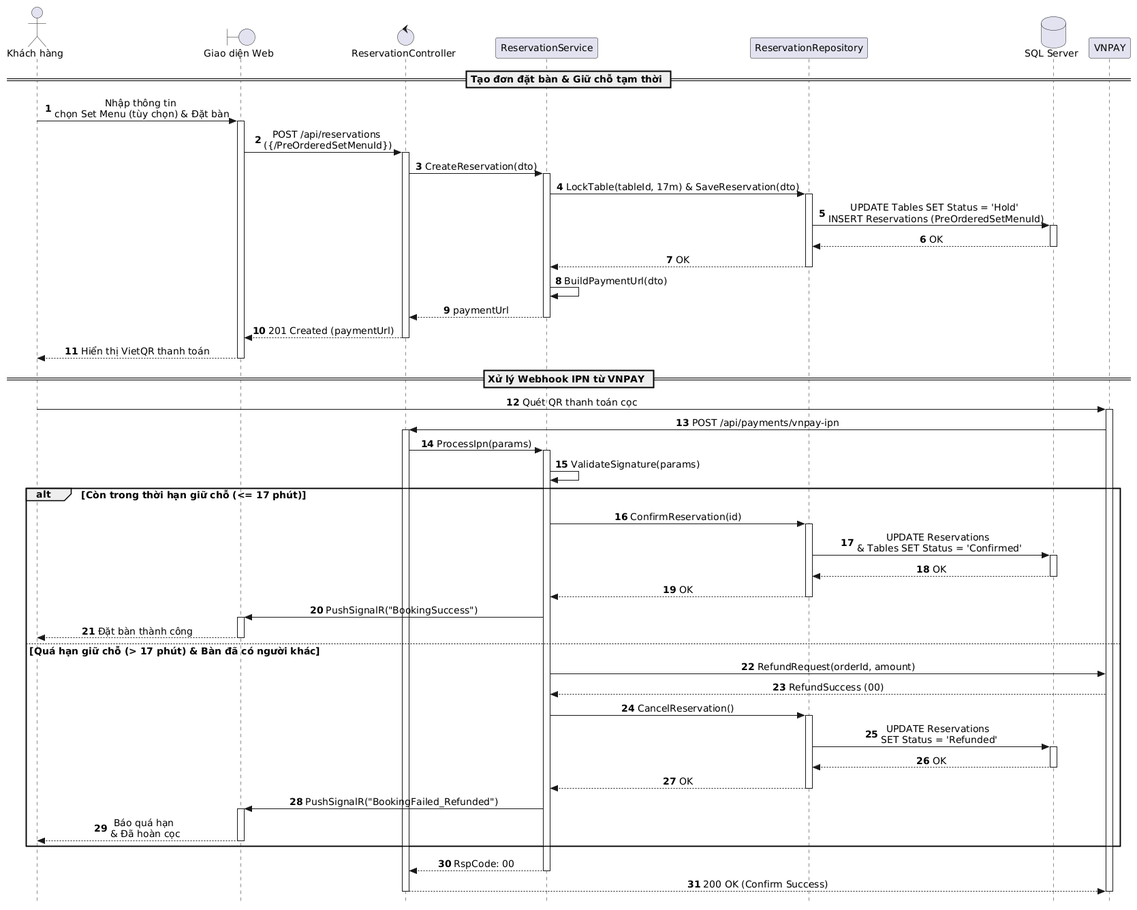
This is out/docs/puml/sequences/SD_UC_U1_Reservation_Deposit/SD_UC_U1_Reservation_Deposit.png from AndrewQng/VinDining, a PlantUML export, as it was before one commit.
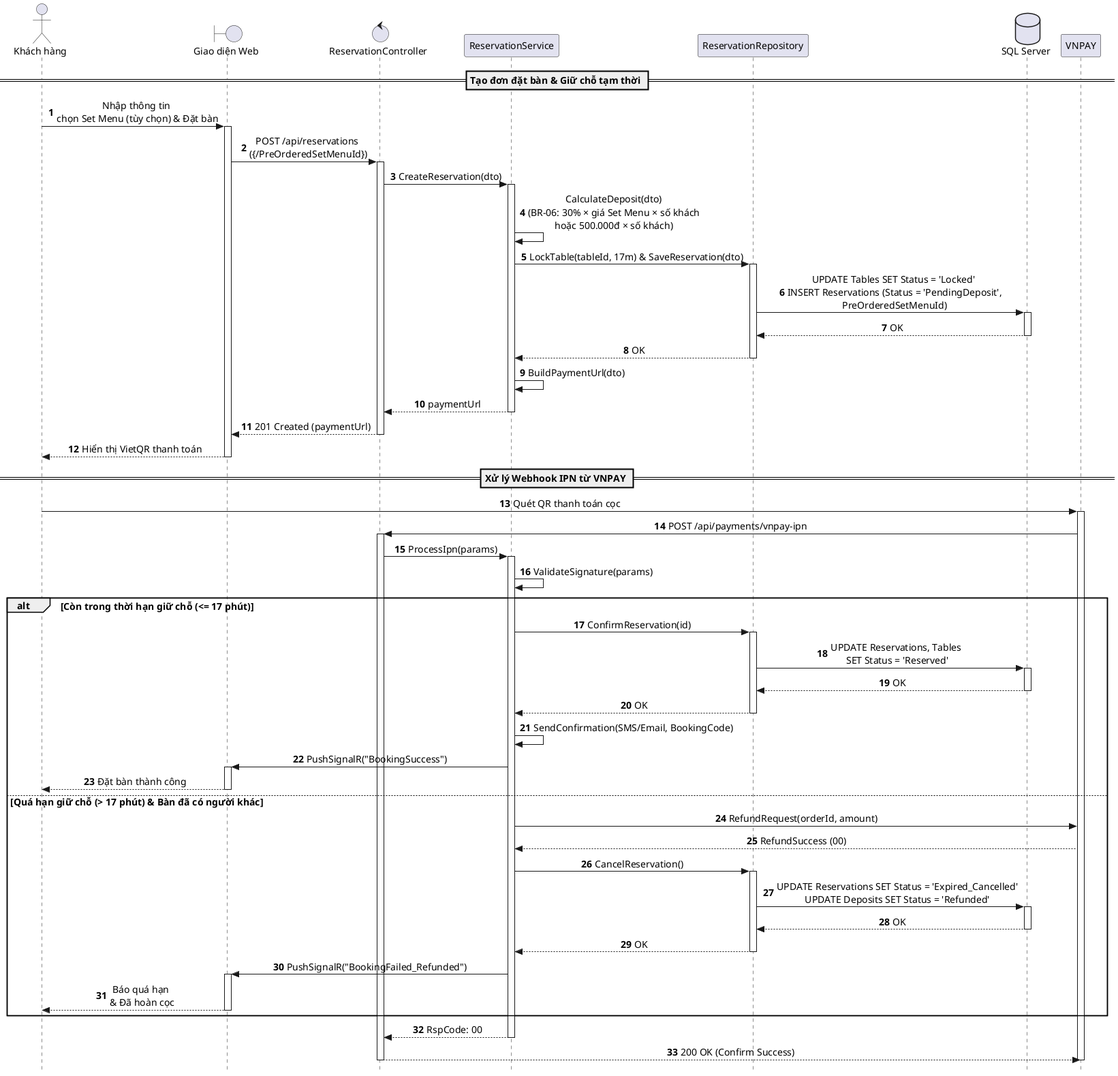
The same file after the commit.

What changed in the source:
```diff
@@ -1,4 +1,4 @@
-@startuml
+@startuml SD_UC_U1_Reservation_Deposit
 autonumber
 skinparam style strictuml
 skinparam sequenceMessageAlign center
@@ -25,10 +25,11 @@
 Controller -> Service: CreateReservation(dto)
 activate Service
 
+Service -> Service: CalculateDeposit(dto)\n(BR-06: 30% × giá Set Menu × số khách\nhoặc 500.000đ × số khách)
 Service -> Repo: LockTable(tableId, 17m) & SaveReservation(dto)
 activate Repo
 
-Repo -> DB: UPDATE Tables SET Status = 'Hold' \nINSERT Reservations (PreOrderedSetMenuId)
+Repo -> DB: UPDATE Tables SET Status = 'Locked' \nINSERT Reservations (Status = 'PendingDeposit',\nPreOrderedSetMenuId)
 activate DB
 DB --> Repo: OK
 deactivate DB
@@ -62,13 +63,14 @@
 alt Còn trong thời hạn giữ chỗ (<= 17 phút)
     Service -> Repo: ConfirmReservation(id)
     activate Repo
-    Repo -> DB: UPDATE Reservations \n& Tables SET Status = 'Confirmed'
+    Repo -> DB: UPDATE Reservations, Tables \nSET Status = 'Reserved'
     activate DB
     DB --> Repo: OK
     deactivate DB
     Repo --> Service: OK
     deactivate Repo
 
+    Service -> Service: SendConfirmation(SMS/Email, BookingCode)
     Service -> UI: PushSignalR("BookingSuccess")
     activate UI
     UI --> Guest: Đặt bàn thành công
@@ -80,7 +82,7 @@
 
     Service -> Repo: CancelReservation()
     activate Repo
-    Repo -> DB: UPDATE Reservations \nSET Status = 'Refunded'
+    Repo -> DB: UPDATE Reservations SET Status = 'Expired_Cancelled'\nUPDATE Deposits SET Status = 'Refunded'
     activate DB
     DB --> Repo: OK
     deactivate DB
@@ -99,4 +101,5 @@
 Controller --> VNPAY: 200 OK (Confirm Success)
 deactivate Controller
 deactivate VNPAY
+
 @enduml
```
